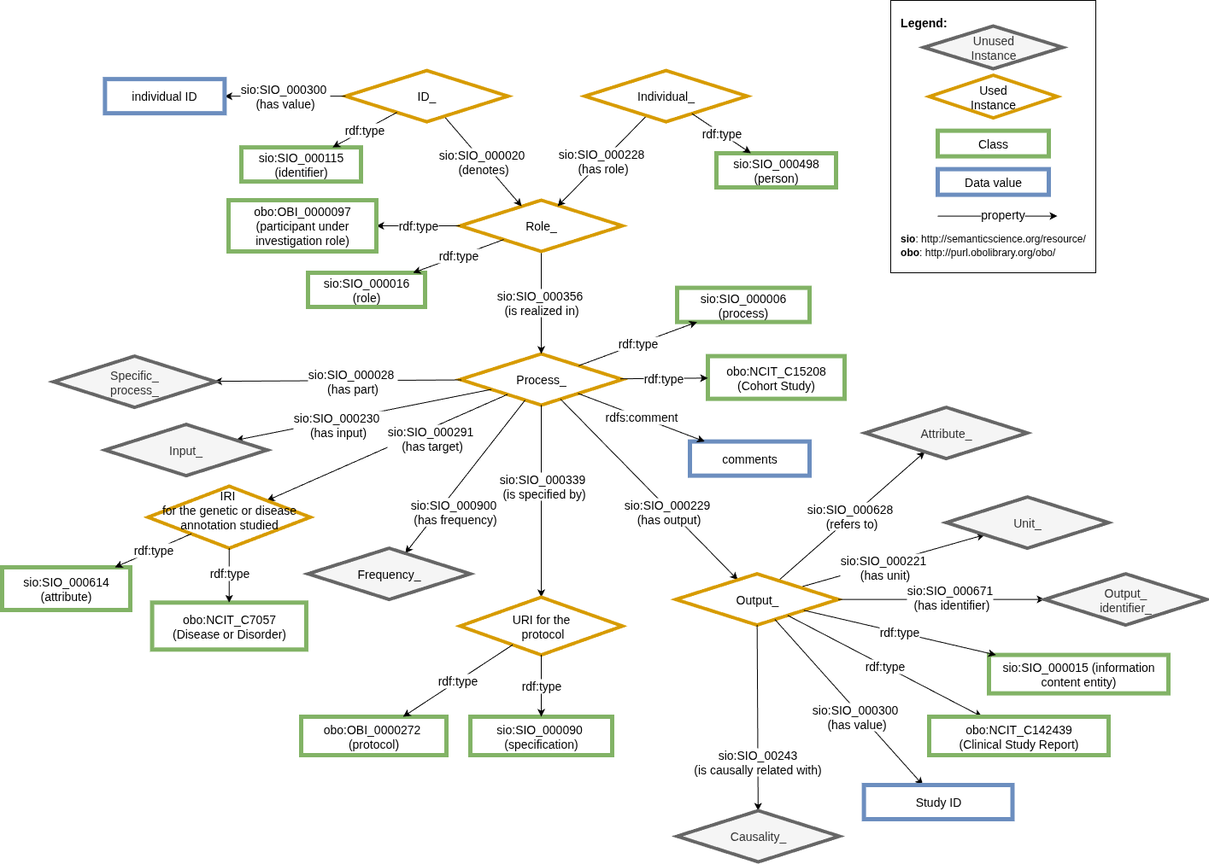
Before: images/obo/CARE-SM-obo-Cohort.drawio.png, a diagram exported from draw.io (CARE-SM/CARE-Semantic-Model). Source tidied: cells renumbered, new cells last; positions are measured from the earlier drawing's top-left corner, leaving out a move shared by most shapes.
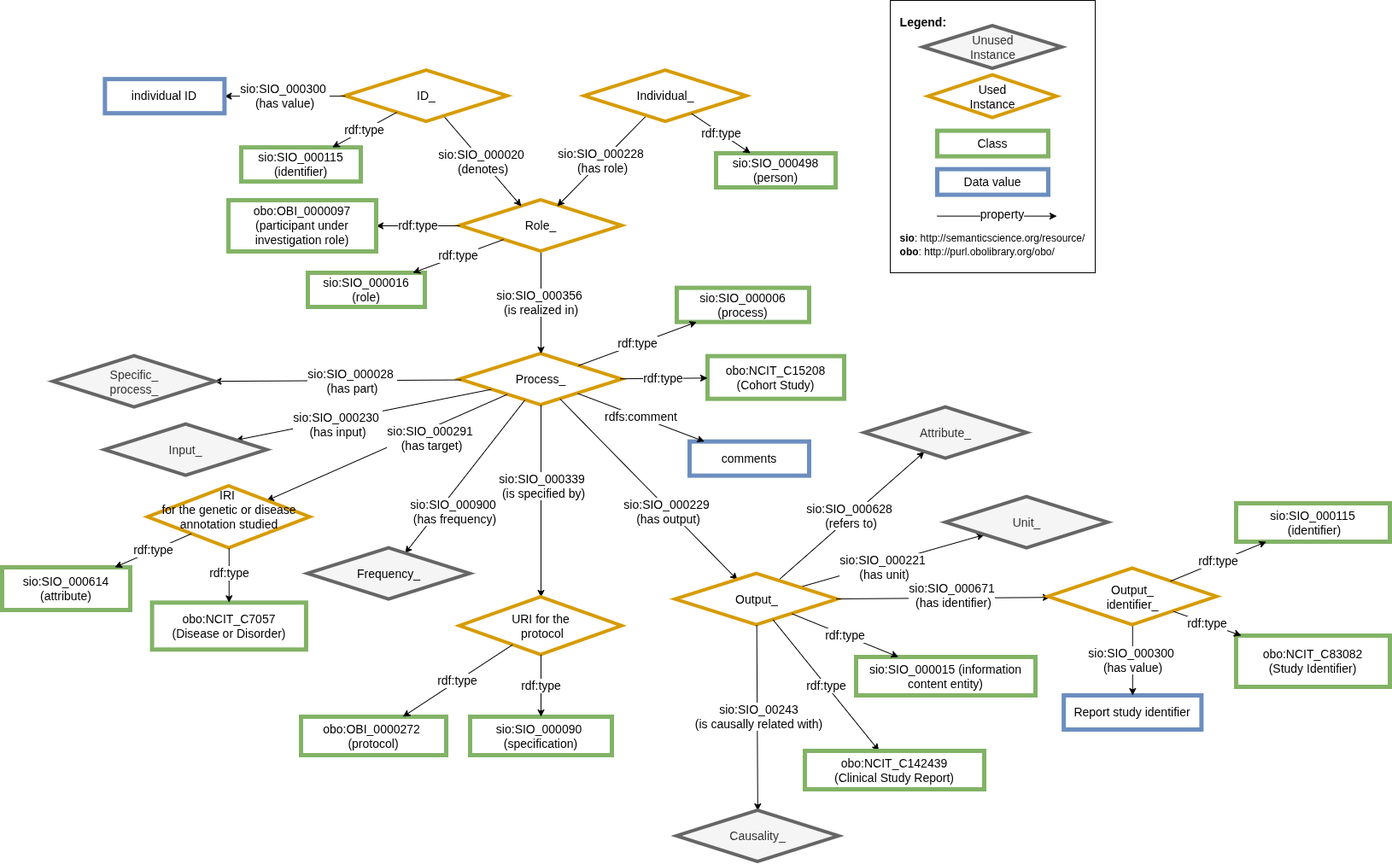
The same diagram one commit later.

Commit message:
Output identifier added

Change to the diagram source:
```diff
@@ -95,23 +95,17 @@
       <mxGeometry x="788.5" y="671.6" width="190" height="60" as="geometry" />
     </mxCell>
     <mxCell id="30" value="&lt;font style=&quot;font-size: 14px;&quot;&gt;sio:SIO_000015 (information content entity)&lt;/font&gt;" style="whiteSpace=wrap;html=1;fillColor=#FFFFFF;strokeColor=#82b366;strokeWidth=5;fontSize=14;" parent="1" vertex="1">
-      <mxGeometry x="1155" y="766.6" width="210" height="45" as="geometry" />
+      <mxGeometry x="1000" y="769" width="210" height="45" as="geometry" />
     </mxCell>
     <mxCell id="31" value="rdf:type" style="edgeStyle=none;rounded=0;jettySize=auto;html=1;fontSize=14;" parent="1" edge="1" source="29" target="32">
       <mxGeometry relative="1" as="geometry" />
     </mxCell>
     <mxCell id="32" value="obo:NCIT_C142439&lt;div&gt;(&lt;span style=&quot;background-color: transparent;&quot;&gt;Clinical Study Report&lt;/span&gt;&lt;span style=&quot;background-color: transparent; color: light-dark(rgb(0, 0, 0), rgb(255, 255, 255));&quot;&gt;)&lt;/span&gt;&lt;/div&gt;" style="whiteSpace=wrap;html=1;fillColor=#FFFFFF;strokeColor=#82b366;strokeWidth=5;fontSize=14;" parent="1" vertex="1">
-      <mxGeometry x="1085" y="839" width="210" height="45" as="geometry" />
+      <mxGeometry x="940" y="879" width="210" height="45" as="geometry" />
     </mxCell>
     <mxCell id="33" value="rdf:type" style="edgeStyle=none;rounded=0;jettySize=auto;html=1;fontSize=14;" parent="1" edge="1" source="29" target="30">
       <mxGeometry relative="1" as="geometry" />
     </mxCell>
-    <mxCell id="34" value="sio:SIO_000300&amp;nbsp;&lt;div&gt;(has value)&lt;/div&gt;" style="rounded=0;jettySize=auto;html=1;fontSize=14;" parent="1" edge="1" source="29" target="35">
-      <mxGeometry x="0.14" y="-5" relative="1" as="geometry" />
-    </mxCell>
-    <mxCell id="35" value="Study ID" style="whiteSpace=wrap;html=1;fillColor=#FFFFFF;strokeColor=#6c8ebf;strokeWidth=5;fontSize=14;" parent="1" vertex="1">
-      <mxGeometry x="1008.6" y="919" width="173.9" height="40" as="geometry" />
-    </mxCell>
     <mxCell id="36" style="edgeStyle=none;rounded=0;jettySize=auto;html=1;strokeWidth=1;fontSize=14;" parent="1" edge="1" source="3" target="58">
       <mxGeometry relative="1" as="geometry" />
     </mxCell>
@@ -148,7 +142,7 @@
     </mxCell>
     <mxCell id="46" value="sio:SIO_00243&lt;div&gt;(is causally related with)&lt;/div&gt;" style="edgeLabel;html=1;align=center;verticalAlign=middle;fontSize=14;" parent="45" vertex="1">
       <mxGeometry x="-0.21" y="-1" relative="1" as="geometry">
-        <mxPoint y="74" as="offset" />
+        <mxPoint x="2" y="21" as="offset" />
       </mxGeometry>
     </mxCell>
     <mxCell id="47" value="Causality_" style="rhombus;whiteSpace=wrap;html=1;fillColor=#f5f5f5;strokeColor=#666666;perimeter=rhombusPerimeter;arcSize=20;comic=0;enumerate=0;strokeWidth=4;rounded=0;fontSize=14;fontColor=#333333;" parent="1" vertex="1">
@@ -206,9 +200,6 @@
     <mxCell id="63" value="sio:SIO_000671&lt;div&gt;&amp;nbsp;(has identifier)&lt;/div&gt;" style="rounded=0;jettySize=auto;html=1;fontSize=14;" parent="1" edge="1" source="29" target="64">
       <mxGeometry x="0.08" y="3" relative="1" as="geometry" />
     </mxCell>
-    <mxCell id="64" value="Output_&lt;div&gt;identifier_&lt;/div&gt;" style="rhombus;whiteSpace=wrap;html=1;fillColor=#f5f5f5;strokeColor=#666666;perimeter=rhombusPerimeter;arcSize=20;comic=0;enumerate=0;strokeWidth=4;rounded=0;fontSize=14;fontColor=#333333;" parent="1" vertex="1">
-      <mxGeometry x="1220" y="671.6" width="190" height="60" as="geometry" />
-    </mxCell>
     <mxCell id="65" value="&lt;div style=&quot;text-align: left; font-size: 14px;&quot;&gt;&lt;span style=&quot;background-color: initial; font-size: 14px;&quot;&gt;&lt;b style=&quot;font-size: 14px;&quot;&gt;&lt;font style=&quot;font-size: 14px;&quot;&gt;Legend:&lt;/font&gt;&lt;/b&gt;&lt;/span&gt;&lt;/div&gt;&lt;div style=&quot;text-align: left; font-size: 14px;&quot;&gt;&lt;span style=&quot;background-color: initial; font-size: 14px;&quot;&gt;&lt;br style=&quot;font-size: 14px;&quot;&gt;&lt;/span&gt;&lt;/div&gt;&lt;div style=&quot;text-align: left; font-size: 14px;&quot;&gt;&lt;span style=&quot;background-color: initial; font-size: 14px;&quot;&gt;&lt;br style=&quot;font-size: 14px;&quot;&gt;&lt;/span&gt;&lt;/div&gt;&lt;div style=&quot;text-align: left; font-size: 14px;&quot;&gt;&lt;span style=&quot;background-color: initial; font-size: 14px;&quot;&gt;&lt;br style=&quot;font-size: 14px;&quot;&gt;&lt;/span&gt;&lt;/div&gt;&lt;div style=&quot;text-align: left; font-size: 14px;&quot;&gt;&lt;br style=&quot;font-size: 14px;&quot;&gt;&lt;/div&gt;&lt;div style=&quot;text-align: left; font-size: 14px;&quot;&gt;&lt;br style=&quot;font-size: 14px;&quot;&gt;&lt;/div&gt;&lt;div style=&quot;text-align: left; font-size: 14px;&quot;&gt;&lt;br style=&quot;font-size: 14px;&quot;&gt;&lt;/div&gt;&lt;div style=&quot;text-align: left; font-size: 14px;&quot;&gt;&lt;br&gt;&lt;/div&gt;&lt;div style=&quot;text-align: left; font-size: 14px;&quot;&gt;&lt;br style=&quot;font-size: 14px;&quot;&gt;&lt;/div&gt;&lt;div style=&quot;text-align: left; font-size: 14px;&quot;&gt;&lt;br&gt;&lt;/div&gt;&lt;div style=&quot;text-align: left; font-size: 14px;&quot;&gt;&lt;br&gt;&lt;/div&gt;&lt;div style=&quot;text-align: left; font-size: 14px;&quot;&gt;&lt;br&gt;&lt;/div&gt;&lt;div style=&quot;text-align: left; font-size: 14px;&quot;&gt;&lt;br&gt;&lt;/div&gt;&lt;div style=&quot;text-align: left; font-size: 14px;&quot;&gt;&lt;span style=&quot;background-color: initial; font-size: 14px;&quot;&gt;&lt;br style=&quot;font-size: 14px;&quot;&gt;&lt;/span&gt;&lt;/div&gt;&lt;div style=&quot;text-align: left; font-size: 14px;&quot;&gt;&lt;span style=&quot;background-color: initial; font-size: 14px;&quot;&gt;&lt;br style=&quot;font-size: 14px;&quot;&gt;&lt;/span&gt;&lt;/div&gt;&lt;div style=&quot;text-align: left; font-size: 14px;&quot;&gt;&lt;b style=&quot;background-color: transparent; color: light-dark(rgb(0, 0, 0), rgb(255, 255, 255)); font-size: 12px; text-align: center;&quot;&gt;sio&lt;/b&gt;&lt;span style=&quot;background-color: transparent; color: light-dark(rgb(0, 0, 0), rgb(255, 255, 255)); font-size: 12px; text-align: center;&quot;&gt;: http://semanticscience.org/resource/&lt;/span&gt;&lt;/div&gt;&lt;div style=&quot;text-align: left;&quot;&gt;&lt;span style=&quot;font-size: 12px; background-color: transparent; color: light-dark(rgb(0, 0, 0), rgb(255, 255, 255)); text-align: center;&quot;&gt;&lt;b&gt;obo&lt;/b&gt;:&amp;nbsp;&lt;/span&gt;&lt;span style=&quot;background-color: transparent; text-align: center; font-size: 12px;&quot;&gt;http://purl.obolibrary.org/obo/&lt;/span&gt;&lt;/div&gt;" style="rounded=0;whiteSpace=wrap;html=1;fontSize=14;" parent="1" vertex="1">
       <mxGeometry x="1040" width="240" height="319" as="geometry" />
     </mxCell>
@@ -230,5 +221,26 @@
     <mxCell id="70" value="Unused&lt;div&gt;Instance&lt;/div&gt;" style="rhombus;whiteSpace=wrap;html=1;fillColor=#f5f5f5;strokeColor=#666666;perimeter=rhombusPerimeter;arcSize=20;comic=0;enumerate=0;strokeWidth=4;rounded=0;fontSize=14;fontColor=#333333;" parent="1" vertex="1">
       <mxGeometry x="1078.8" y="30" width="162.5" height="50" as="geometry" />
     </mxCell>
+    <mxCell id="71" value="Report study identifier" style="whiteSpace=wrap;html=1;fillColor=#FFFFFF;strokeColor=#6c8ebf;strokeWidth=5;fontSize=14;" parent="1" vertex="1">
+      <mxGeometry x="1243.1" y="814" width="161.2" height="40" as="geometry" />
+    </mxCell>
+    <mxCell id="34" value="sio:SIO_000300&amp;nbsp;&lt;div&gt;(has value)&lt;/div&gt;" style="rounded=0;jettySize=auto;html=1;fontSize=14;" parent="1" edge="1" source="64" target="71">
+      <mxGeometry relative="1" as="geometry" />
+    </mxCell>
+    <mxCell id="64" value="&lt;div&gt;Output_&lt;/div&gt;&lt;div&gt;identifier_&lt;/div&gt;" style="rhombus;whiteSpace=wrap;html=1;fillColor=#FFFFFF;strokeColor=#D79B00;perimeter=rhombusPerimeter;arcSize=20;comic=0;enumerate=0;strokeWidth=4;rounded=0;fontSize=14;" parent="1" vertex="1">
+      <mxGeometry x="1225" y="665.5" width="197.5" height="66.2" as="geometry" />
+    </mxCell>
+    <mxCell id="72" value="sio:SIO_000115&lt;div&gt;&amp;nbsp;(identifier)&lt;/div&gt;" style="whiteSpace=wrap;html=1;fillColor=#FFFFFF;strokeColor=#82b366;strokeWidth=5;fontSize=14;" parent="1" vertex="1">
+      <mxGeometry x="1445" y="589" width="180" height="45" as="geometry" />
+    </mxCell>
+    <mxCell id="73" value="obo:NCIT_C83082&lt;br&gt;(&lt;span style=&quot;background-color: transparent;&quot;&gt;Study Identifier&lt;/span&gt;)" style="whiteSpace=wrap;html=1;fillColor=#FFFFFF;strokeColor=#82b366;strokeWidth=5;fontSize=14;" parent="1" vertex="1">
+      <mxGeometry x="1445" y="744" width="180" height="60" as="geometry" />
+    </mxCell>
+    <mxCell id="74" value="rdf:type" style="edgeStyle=none;rounded=0;jettySize=auto;html=1;fontSize=14;" parent="1" edge="1" source="64" target="73">
+      <mxGeometry relative="1" as="geometry" />
+    </mxCell>
+    <mxCell id="75" value="rdf:type" style="edgeStyle=none;rounded=0;jettySize=auto;html=1;fontSize=14;" parent="1" edge="1" source="64" target="72">
+      <mxGeometry relative="1" as="geometry" />
+    </mxCell>
   </root>
 </mxGraphModel>
```
